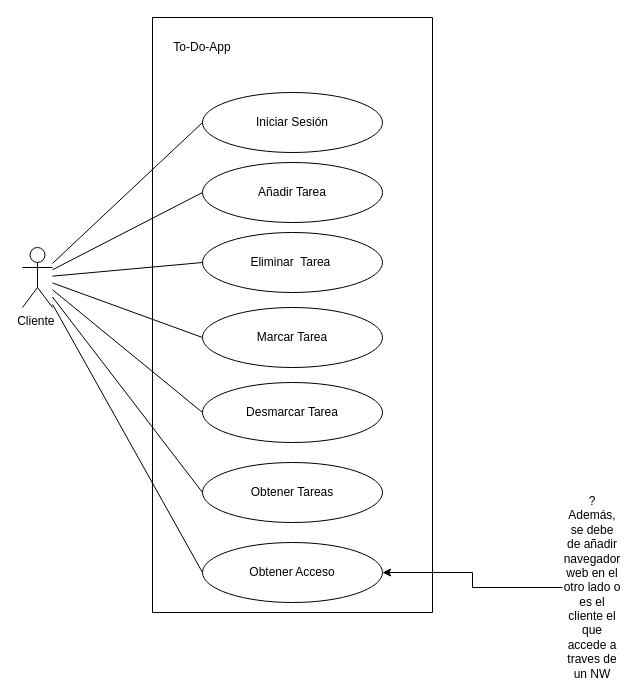
Earlier version of the draw.io diagram Diagrama de Casos de Uso.drawio (AceDen97/SD). Source tidied: cells renumbered, new cells numbered last; positions are measured from the earlier drawing's top-left corner, leaving out a move shared by most shapes. Both pictures are drawn from the tidied source at 100%, with x=0, y=0 at pixel (22, 17).
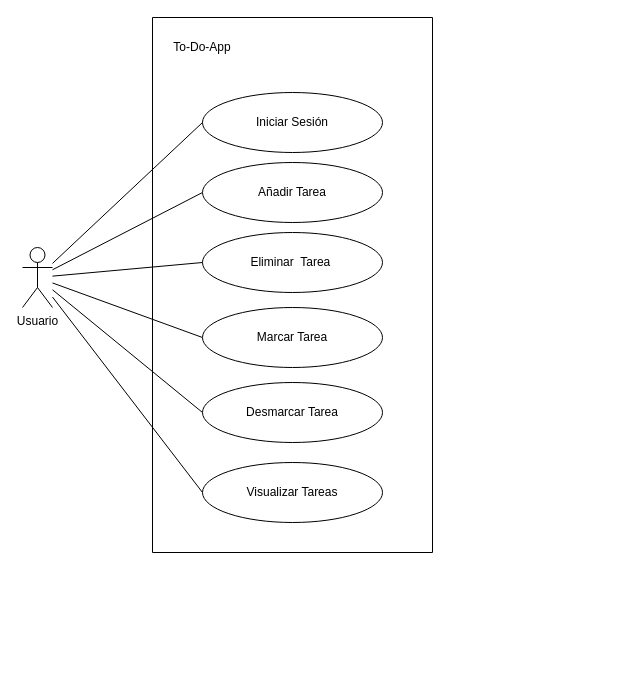
Above is the later version.

The edit, as a diff of the source:
```diff
@@
     <mxCell id="2" style="verticalLabelPosition=bottom;verticalAlign=top;html=1;shape=mxgraph.basic.rect;fillColor2=none;strokeWidth=1;size=20;indent=5;" parent="1" vertex="1">
-      <mxGeometry x="130" width="280" height="595" as="geometry" />
+      <mxGeometry x="130" width="280" height="535" as="geometry" />
     </mxCell>
@@
-    <mxCell id="8" style="rounded=0;jettySize=auto;html=1;entryX=0;entryY=0.5;entryDx=0;entryDy=0;endArrow=none;endFill=0;" parent="1" edge="1" source="9" target="18">
-      <mxGeometry relative="1" as="geometry" />
-    </mxCell>
-    <mxCell id="9" value="Cliente&amp;nbsp;" style="shape=umlActor;verticalLabelPosition=bottom;verticalAlign=top;html=1;outlineConnect=0;" parent="1" vertex="1">
+    <mxCell id="9" value="Usuario" style="shape=umlActor;verticalLabelPosition=bottom;verticalAlign=top;html=1;outlineConnect=0;" parent="1" vertex="1">
       <mxGeometry y="230" width="30" height="60" as="geometry" />
     </mxCell>
@@
-    <mxCell id="16" value="Obtener Tareas" style="ellipse;whiteSpace=wrap;html=1;" parent="1" vertex="1">
+    <mxCell id="16" value="Visualizar Tareas" style="ellipse;whiteSpace=wrap;html=1;" parent="1" vertex="1">
       <mxGeometry x="180" y="445" width="180" height="60" as="geometry" />
     </mxCell>
@@
-    <mxCell id="18" value="Obtener Acceso" style="ellipse;whiteSpace=wrap;html=1;" parent="1" vertex="1">
-      <mxGeometry x="180" y="525" width="180" height="60" as="geometry" />
-    </mxCell>
-    <mxCell id="19" style="edgeStyle=orthogonalEdgeStyle;rounded=0;jettySize=auto;html=1;" parent="1" edge="1" source="20" target="18">
-      <mxGeometry relative="1" as="geometry" />
-    </mxCell>
-    <mxCell id="20" value="?&lt;br&gt;Además, se debe de añadir navegador web en el otro lado o es el cliente el que accede a traves de un NW" style="text;html=1;strokeColor=none;fillColor=none;align=center;verticalAlign=middle;whiteSpace=wrap;rounded=0;" parent="1" vertex="1">
-      <mxGeometry x="540" y="555" width="60" height="30" as="geometry" />
-    </mxCell>
```
